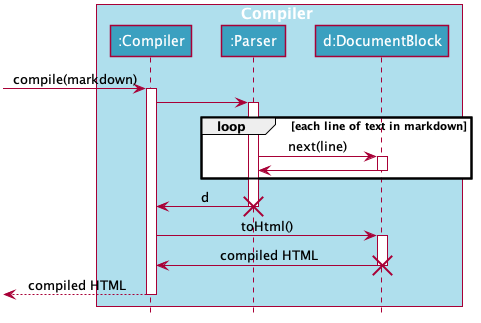
The PlantUML diagram docs/images/CompilerSequenceDiagram.png in nus-cs2103-AY1920S2/addressbook-level3, before a commit.
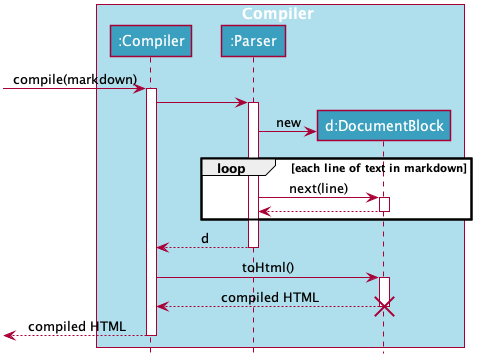
The same diagram one commit later.

What changed in the source:
```diff
@@ -61,19 +61,22 @@
 Compiler -> Parser
 activate Parser
 
+create DocumentBlock
+Parser -> DocumentBlock : new
+
 loop each line of text in markdown
 Parser -> DocumentBlock : next(line)
 activate DocumentBlock
-DocumentBlock -> Parser
+DocumentBlock --> Parser
 deactivate DocumentBlock
 end
 
-Parser -> Compiler : d
-destroy Parser
+Parser --> Compiler : d
+deactivate Parser
 
 Compiler -> DocumentBlock : toHtml()
 activate DocumentBlock
-DocumentBlock -> Compiler : compiled HTML
+DocumentBlock --> Compiler : compiled HTML
 destroy DocumentBlock
 
 [<-- Compiler : compiled HTML
```
